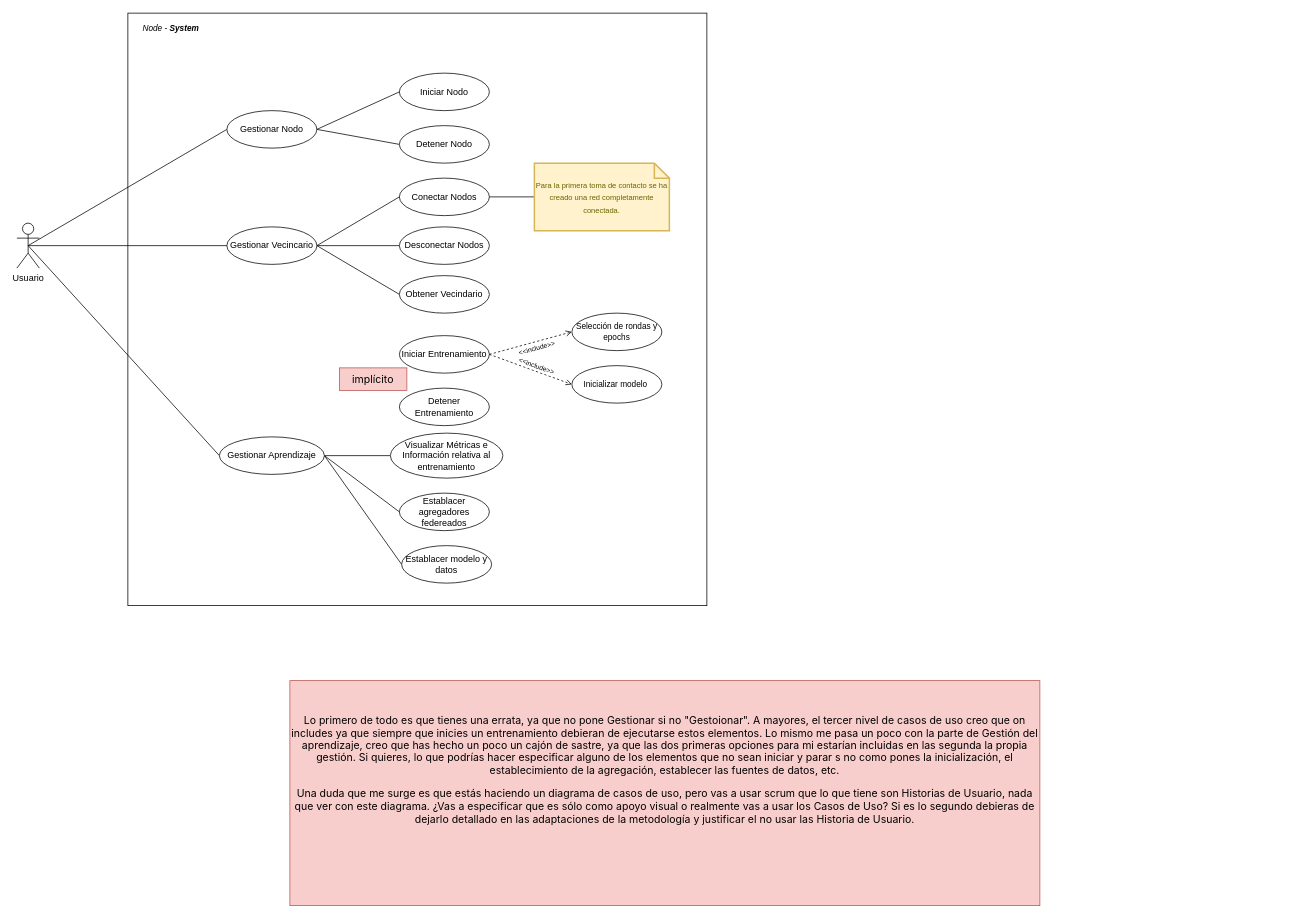
Above: Diagramas/cu2.drawio in p2pfl/p2pfl (draw.io), before the change. Source tidied: cells renumbered, new cells numbered last; positions are measured from the earlier drawing's top-left corner, leaving out a move shared by most shapes. Both pictures are drawn from the tidied source at 75%, with x=0, y=0 at pixel (16, 13).
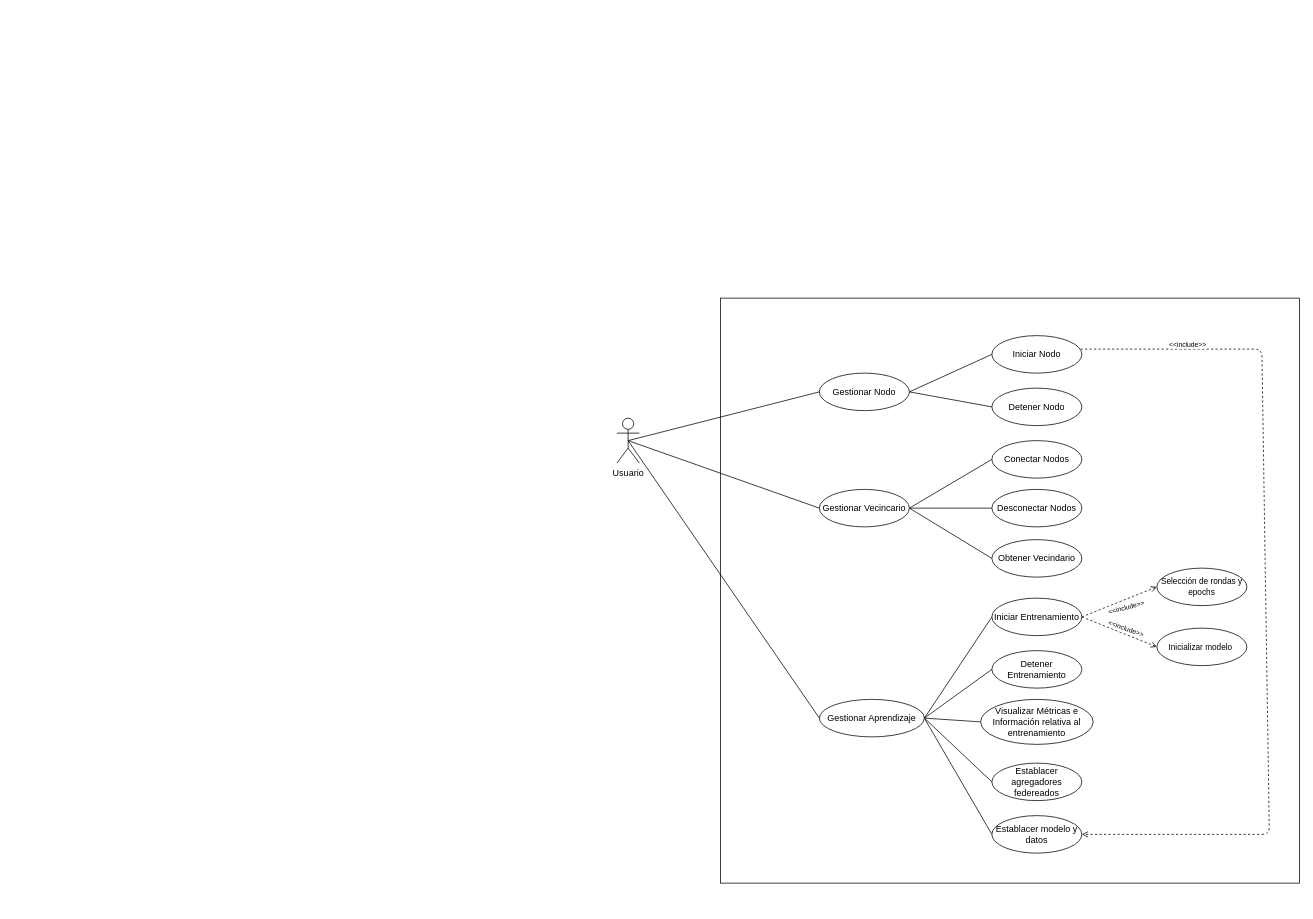
After the change.

The edit, as a diff of the source:
```diff
@@
-    <mxCell id="2" style="rounded=0;whiteSpace=wrap;html=1;fontSize=11;" parent="1" vertex="1">
-      <mxGeometry x="148" width="772" height="790" as="geometry" />
-    </mxCell>
+    <mxCell id="39" style="rounded=0;whiteSpace=wrap;html=1;fontSize=11;" parent="1" vertex="1">
+      <mxGeometry x="938" y="380" width="772" height="780" as="geometry" />
+    </mxCell>
     <mxCell id="3" value="Usuario" style="shape=umlActor;verticalLabelPosition=bottom;verticalAlign=top;html=1;" parent="1" vertex="1">
-      <mxGeometry y="280" width="30" height="60" as="geometry" />
+      <mxGeometry x="800" y="540" width="30" height="60" as="geometry" />
     </mxCell>
-    <mxCell id="4" style="edgeStyle=orthogonalEdgeStyle;rounded=1;jettySize=auto;html=1;entryX=1;entryY=0.5;entryDx=0;entryDy=0;fontSize=11;endArrow=none;endFill=0;" parent="1" edge="1" source="5" target="26">
-      <mxGeometry relative="1" as="geometry" />
-    </mxCell>
-    <mxCell id="5" value="&lt;font style=&quot;line-height: 0; font-size: 10px;&quot;&gt;Para la primera toma de contacto se ha creado una red completamente conectada.&lt;/font&gt;" style="shape=note;strokeWidth=2;fontSize=14;size=20;whiteSpace=wrap;html=1;fillColor=#fff2cc;strokeColor=#d6b656;fontColor=#666600;" parent="1" vertex="1">
-      <mxGeometry x="690" y="200" width="180" height="90" as="geometry" />
-    </mxCell>
@@
-    <mxCell id="8" style="endArrow=none;html=1;rounded=1;fontSize=11;endFill=0;entryX=0;entryY=0.5;entryDx=0;entryDy=0;exitX=0.5;exitY=0.5;exitDx=0;exitDy=0;exitPerimeter=0;" parent="1" edge="1" source="3" target="19">
-      <mxGeometry relative="1" as="geometry" />
-    </mxCell>
@@
-    <mxCell id="14" style="endArrow=none;html=1;rounded=1;fontSize=11;endFill=0;entryX=0;entryY=0.5;entryDx=0;entryDy=0;exitX=1;exitY=0.5;exitDx=0;exitDy=0;" parent="1" edge="1" source="19" target="32">
-      <mxGeometry relative="1" as="geometry" />
-    </mxCell>
-    <mxCell id="15" style="endArrow=open;html=1;rounded=1;fontSize=11;endFill=0;entryX=0;entryY=0.5;entryDx=0;entryDy=0;exitX=1;exitY=0.5;exitDx=0;exitDy=0;dashed=1;startArrow=none;startFill=0;" parent="1" edge="1" source="30" target="28">
-      <mxGeometry relative="1" as="geometry" />
-    </mxCell>
-    <mxCell id="16" value="&lt;font style=&quot;font-size: 9px;&quot;&gt;&amp;lt;&amp;lt;include&amp;gt;&amp;gt;&lt;/font&gt;" style="edgeLabel;html=1;align=center;verticalAlign=middle;rotation=-15;" parent="15" vertex="1">
-      <mxGeometry x="-0.07" y="1" relative="1" as="geometry">
-        <mxPoint x="12" y="6" as="offset" />
-      </mxGeometry>
-    </mxCell>
-    <mxCell id="17" style="endArrow=none;html=1;rounded=1;fontSize=11;endFill=0;entryX=0;entryY=0.5;entryDx=0;entryDy=0;exitX=1;exitY=0.5;exitDx=0;exitDy=0;" parent="1" edge="1" source="19" target="33">
-      <mxGeometry relative="1" as="geometry" />
-    </mxCell>
-    <mxCell id="18" style="endArrow=none;html=1;rounded=1;fontSize=11;endFill=0;entryX=0;entryY=0.5;entryDx=0;entryDy=0;exitX=1;exitY=0.5;exitDx=0;exitDy=0;" parent="1" edge="1" source="19" target="34">
-      <mxGeometry relative="1" as="geometry" />
-    </mxCell>
-    <mxCell id="19" value="&lt;span style=&quot;font-size: 12px;&quot;&gt;Gestionar Aprendizaje&lt;/span&gt;" style="ellipse;whiteSpace=wrap;html=1;fontSize=11;" parent="1" vertex="1">
-      <mxGeometry x="270" y="565" width="140" height="50" as="geometry" />
-    </mxCell>
-    <mxCell id="20" value="&lt;i&gt;Node - &lt;b&gt;System&lt;/b&gt;&lt;/i&gt;" style="text;html=1;align=center;verticalAlign=middle;strokeColor=none;fillColor=none;fontSize=11;" parent="1" vertex="1">
-      <mxGeometry x="160" y="10" width="90" height="20" as="geometry" />
-    </mxCell>
     <mxCell id="21" value="&lt;span style=&quot;font-size: 12px;&quot;&gt;Gestionar Nodo&lt;/span&gt;" style="ellipse;whiteSpace=wrap;html=1;fontSize=11;" parent="1" vertex="1">
-      <mxGeometry x="280" y="130" width="120" height="50" as="geometry" />
+      <mxGeometry x="1070" y="480" width="120" height="50" as="geometry" />
     </mxCell>
     <mxCell id="22" value="&lt;span style=&quot;font-size: 12px;&quot;&gt;Gestionar Vecincario&lt;/span&gt;" style="ellipse;whiteSpace=wrap;html=1;fontSize=11;" parent="1" vertex="1">
-      <mxGeometry x="280" y="285" width="120" height="50" as="geometry" />
+      <mxGeometry x="1070" y="635" width="120" height="50" as="geometry" />
     </mxCell>
     <mxCell id="23" value="&lt;span style=&quot;font-size: 12px;&quot;&gt;Iniciar Nodo&lt;/span&gt;" style="ellipse;whiteSpace=wrap;html=1;fontSize=11;" parent="1" vertex="1">
-      <mxGeometry x="510" y="80" width="120" height="50" as="geometry" />
+      <mxGeometry x="1300" y="430" width="120" height="50" as="geometry" />
     </mxCell>
     <mxCell id="24" value="&lt;span style=&quot;font-size: 12px;&quot;&gt;Obtener Vecindario&lt;/span&gt;" style="ellipse;whiteSpace=wrap;html=1;fontSize=11;" parent="1" vertex="1">
-      <mxGeometry x="510" y="350" width="120" height="50" as="geometry" />
+      <mxGeometry x="1300" y="702" width="120" height="50" as="geometry" />
     </mxCell>
     <mxCell id="25" value="&lt;span style=&quot;font-size: 12px;&quot;&gt;Desconectar Nodos&lt;/span&gt;" style="ellipse;whiteSpace=wrap;html=1;fontSize=11;" parent="1" vertex="1">
-      <mxGeometry x="510" y="285" width="120" height="50" as="geometry" />
+      <mxGeometry x="1300" y="635" width="120" height="50" as="geometry" />
     </mxCell>
     <mxCell id="26" value="&lt;span style=&quot;font-size: 12px;&quot;&gt;Conectar Nodos&lt;/span&gt;" style="ellipse;whiteSpace=wrap;html=1;fontSize=11;" parent="1" vertex="1">
-      <mxGeometry x="510" y="220" width="120" height="50" as="geometry" />
+      <mxGeometry x="1300" y="570" width="120" height="50" as="geometry" />
     </mxCell>
     <mxCell id="27" value="&lt;span style=&quot;font-size: 12px;&quot;&gt;Detener Nodo&lt;/span&gt;" style="ellipse;whiteSpace=wrap;html=1;fontSize=11;" parent="1" vertex="1">
-      <mxGeometry x="510" y="150" width="120" height="50" as="geometry" />
+      <mxGeometry x="1300" y="500" width="120" height="50" as="geometry" />
     </mxCell>
+    <mxCell id="8" style="endArrow=none;html=1;rounded=1;fontSize=11;endFill=0;entryX=0;entryY=0.5;entryDx=0;entryDy=0;exitX=0.5;exitY=0.5;exitDx=0;exitDy=0;exitPerimeter=0;" parent="1" edge="1" source="3" target="19">
+      <mxGeometry relative="1" as="geometry" />
+    </mxCell>
+    <mxCell id="14" style="endArrow=none;html=1;rounded=1;fontSize=11;endFill=0;entryX=0;entryY=0.5;entryDx=0;entryDy=0;exitX=1;exitY=0.5;exitDx=0;exitDy=0;" parent="1" edge="1" source="19" target="32">
+      <mxGeometry relative="1" as="geometry" />
+    </mxCell>
+    <mxCell id="15" style="endArrow=open;html=1;rounded=1;fontSize=11;endFill=0;entryX=0;entryY=0.5;entryDx=0;entryDy=0;exitX=1;exitY=0.5;exitDx=0;exitDy=0;dashed=1;startArrow=none;startFill=0;" parent="1" edge="1" source="30" target="28">
+      <mxGeometry relative="1" as="geometry" />
+    </mxCell>
+    <mxCell id="16" value="&lt;font style=&quot;font-size: 9px;&quot;&gt;&amp;lt;&amp;lt;include&amp;gt;&amp;gt;&lt;/font&gt;" style="edgeLabel;html=1;align=center;verticalAlign=middle;rotation=-15;" parent="15" vertex="1">
+      <mxGeometry x="-0.07" y="1" relative="1" as="geometry">
+        <mxPoint x="12" y="6" as="offset" />
+      </mxGeometry>
+    </mxCell>
+    <mxCell id="17" style="endArrow=none;html=1;rounded=1;fontSize=11;endFill=0;entryX=0;entryY=0.5;entryDx=0;entryDy=0;exitX=1;exitY=0.5;exitDx=0;exitDy=0;" parent="1" edge="1" source="19" target="33">
+      <mxGeometry relative="1" as="geometry" />
+    </mxCell>
+    <mxCell id="18" style="endArrow=none;html=1;rounded=1;fontSize=11;endFill=0;entryX=0;entryY=0.5;entryDx=0;entryDy=0;exitX=1;exitY=0.5;exitDx=0;exitDy=0;" parent="1" edge="1" source="19" target="34">
+      <mxGeometry relative="1" as="geometry" />
+    </mxCell>
+    <mxCell id="19" value="&lt;span style=&quot;font-size: 12px;&quot;&gt;Gestionar Aprendizaje&lt;/span&gt;" style="ellipse;whiteSpace=wrap;html=1;fontSize=11;" parent="1" vertex="1">
+      <mxGeometry x="1070" y="915" width="140" height="50" as="geometry" />
+    </mxCell>
     <mxCell id="28" value="Selección de rondas y epochs" style="ellipse;whiteSpace=wrap;html=1;fontSize=11;" parent="1" vertex="1">
-      <mxGeometry x="740" y="400" width="120" height="50" as="geometry" />
+      <mxGeometry x="1520" y="740" width="120" height="50" as="geometry" />
     </mxCell>
     <mxCell id="29" value="Inicializar modelo&amp;nbsp;" style="ellipse;whiteSpace=wrap;html=1;fontSize=11;" parent="1" vertex="1">
-      <mxGeometry x="740" y="470" width="120" height="50" as="geometry" />
+      <mxGeometry x="1520" y="820" width="120" height="50" as="geometry" />
     </mxCell>
     <mxCell id="30" value="&lt;span style=&quot;font-size: 12px;&quot;&gt;Iniciar Entrenamiento&lt;/span&gt;" style="ellipse;whiteSpace=wrap;html=1;fontSize=11;" parent="1" vertex="1">
-      <mxGeometry x="510" y="430" width="120" height="50" as="geometry" />
+      <mxGeometry x="1300" y="780" width="120" height="50" as="geometry" />
     </mxCell>
     <mxCell id="31" value="&lt;span style=&quot;font-size: 12px;&quot;&gt;Detener Entrenamiento&lt;/span&gt;" style="ellipse;whiteSpace=wrap;html=1;fontSize=11;" parent="1" vertex="1">
-      <mxGeometry x="510" y="500" width="120" height="50" as="geometry" />
+      <mxGeometry x="1300" y="850" width="120" height="50" as="geometry" />
     </mxCell>
     <mxCell id="32" value="&lt;span style=&quot;font-size: 12px;&quot;&gt;Visualizar Métricas e Información relativa al entrenamiento&lt;/span&gt;" style="ellipse;whiteSpace=wrap;html=1;fontSize=11;" parent="1" vertex="1">
-      <mxGeometry x="498" y="560" width="150" height="60" as="geometry" />
+      <mxGeometry x="1285" y="915" width="150" height="60" as="geometry" />
     </mxCell>
     <mxCell id="33" value="&lt;span style=&quot;font-size: 12px;&quot;&gt;Establacer agregadores federeados&lt;/span&gt;" style="ellipse;whiteSpace=wrap;html=1;fontSize=11;" parent="1" vertex="1">
-      <mxGeometry x="510" y="640" width="120" height="50" as="geometry" />
+      <mxGeometry x="1300" y="1000" width="120" height="50" as="geometry" />
     </mxCell>
     <mxCell id="34" value="&lt;span style=&quot;font-size: 12px;&quot;&gt;Establacer modelo y datos&lt;/span&gt;" style="ellipse;whiteSpace=wrap;html=1;fontSize=11;" parent="1" vertex="1">
-      <mxGeometry x="513" y="710" width="120" height="50" as="geometry" />
+      <mxGeometry x="1300" y="1070" width="120" height="50" as="geometry" />
     </mxCell>
-    <mxCell id="35" value="&lt;span dir=&quot;ltr&quot; class=&quot;ui-provider bqw bqx c d e f g h i j k l m n o p q r s t bqy bqz w x y z ab ac ae af ag ah ai aj ak&quot;&gt;&lt;span style=&quot;font-family: -apple-system, BlinkMacSystemFont, &amp;quot;Segoe UI&amp;quot;, &amp;quot;Apple Color Emoji&amp;quot;, &amp;quot;Segoe UI Emoji&amp;quot;, &amp;quot;Segoe UI Web&amp;quot;, sans-serif; font-size: 14px;&quot;&gt;&lt;p style=&quot;margin: 0px;&quot;&gt;&lt;span style=&quot;font-family: -apple-system, BlinkMacSystemFont, &amp;quot;Segoe UI&amp;quot;, &amp;quot;Apple Color Emoji&amp;quot;, &amp;quot;Segoe UI Emoji&amp;quot;, &amp;quot;Segoe UI Web&amp;quot;, sans-serif; background-color: initial;&quot;&gt;Lo primero de todo es que tienes una errata, ya que no pone Gestionar si no &quot;Gestoionar&quot;. A mayores, el tercer nivel de casos de uso creo que on includes ya que siempre que inicies un entrenamiento debieran de ejecutarse estos elementos. Lo mismo me pasa un poco con la parte de Gestión del aprendizaje, creo que has hecho un poco un cajón de sastre, ya que las dos primeras opciones para mi estarían incluidas en las segunda la propia gestión. Si quieres, lo que podrías hacer especificar alguno de los elementos que no sean iniciar y parar s no como pones la inicialización, el establecimiento de la agregación, establecer las fuentes de datos, etc.&lt;/span&gt;&lt;br&gt;&lt;/p&gt;&lt;p&gt;Una duda que me surge es que estás haciendo un diagrama de casos de uso, pero vas a usar scrum que lo que tiene son Historias de Usuario, nada que ver con este diagrama. ¿Vas a especificar que es sólo como apoyo visual o realmente vas a usar los Casos de Uso? Si es lo segundo debieras de dejarlo detallado en las adaptaciones de la metodología y justificar el no usar las Historia de Usuario.&lt;/p&gt;&lt;br/&gt;&lt;/span&gt;&lt;p&gt;&lt;br&gt;&lt;/p&gt;&lt;/span&gt;" style="rounded=0;whiteSpace=wrap;html=1;fontSize=10;fillColor=#f8cecc;strokeColor=#b85450;" parent="1" vertex="1">
-      <mxGeometry x="364" y="890" width="1000" height="300" as="geometry" />
-    </mxCell>
@@
-    <mxCell id="38" value="&lt;span dir=&quot;ltr&quot; class=&quot;ui-provider bqw bqx c d e f g h i j k l m n o p q r s t bqy bqz w x y z ab ac ae af ag ah ai aj ak&quot;&gt;&lt;span style=&quot;font-family: -apple-system, BlinkMacSystemFont, &amp;quot;Segoe UI&amp;quot;, &amp;quot;Apple Color Emoji&amp;quot;, &amp;quot;Segoe UI Emoji&amp;quot;, &amp;quot;Segoe UI Web&amp;quot;, sans-serif; font-size: 14px;&quot;&gt;&lt;p style=&quot;margin: 0px;&quot;&gt;implícito&lt;/p&gt;&lt;/span&gt;&lt;/span&gt;" style="rounded=0;whiteSpace=wrap;html=1;fontSize=10;fillColor=#f8cecc;strokeColor=#b85450;" parent="1" vertex="1">
-      <mxGeometry x="430" y="473" width="90" height="30" as="geometry" />
-    </mxCell>
+    <mxCell id="40" style="endArrow=none;html=1;rounded=1;fontSize=11;endFill=0;entryX=0;entryY=0.5;entryDx=0;entryDy=0;exitX=1;exitY=0.5;exitDx=0;exitDy=0;" parent="1" edge="1" source="19" target="30">
+      <mxGeometry relative="1" as="geometry" />
+    </mxCell>
+    <mxCell id="41" style="endArrow=none;html=1;rounded=1;fontSize=11;endFill=0;entryX=0;entryY=0.5;entryDx=0;entryDy=0;exitX=1;exitY=0.5;exitDx=0;exitDy=0;" parent="1" edge="1" source="19" target="31">
+      <mxGeometry relative="1" as="geometry" />
+    </mxCell>
+    <mxCell id="42" style="endArrow=open;html=1;rounded=1;fontSize=11;endFill=0;entryX=1;entryY=0.5;entryDx=0;entryDy=0;dashed=1;startArrow=none;startFill=0;exitX=0.985;exitY=0.36;exitDx=0;exitDy=0;exitPerimeter=0;" parent="1" edge="1" source="23" target="34">
+      <mxGeometry relative="1" as="geometry">
+        <Array as="points">
+          <mxPoint x="1660" y="448" />
+          <mxPoint x="1670" y="1095" />
+        </Array>
+      </mxGeometry>
+    </mxCell>
+    <mxCell id="43" value="&lt;font style=&quot;font-size: 9px;&quot;&gt;&amp;lt;&amp;lt;include&amp;gt;&amp;gt;&lt;/font&gt;" style="edgeLabel;html=1;align=center;verticalAlign=middle;rotation=0;" parent="42" vertex="1">
+      <mxGeometry x="-0.07" y="1" relative="1" as="geometry">
+        <mxPoint x="-105" y="-296" as="offset" />
+      </mxGeometry>
+    </mxCell>
```
